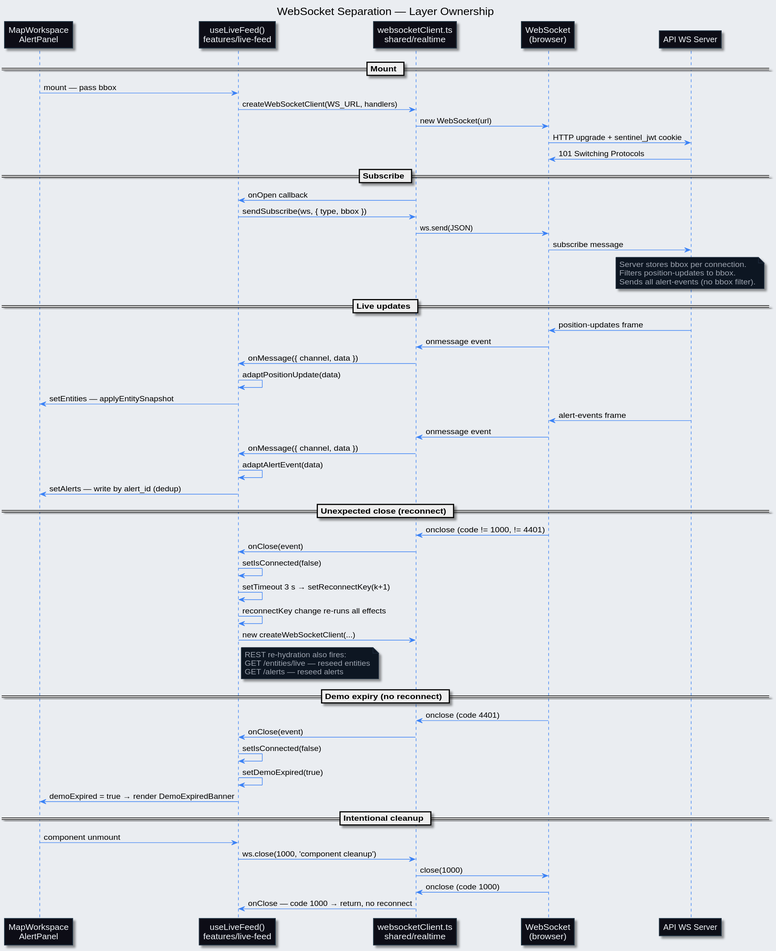
This is diagrams/docs/implementation/phase-03-signal-loss-alert-delivery/concepts/dashboard/ws-separation-flow.svg from Buffden/sentinel, a PlantUML export, as it was before one commit.
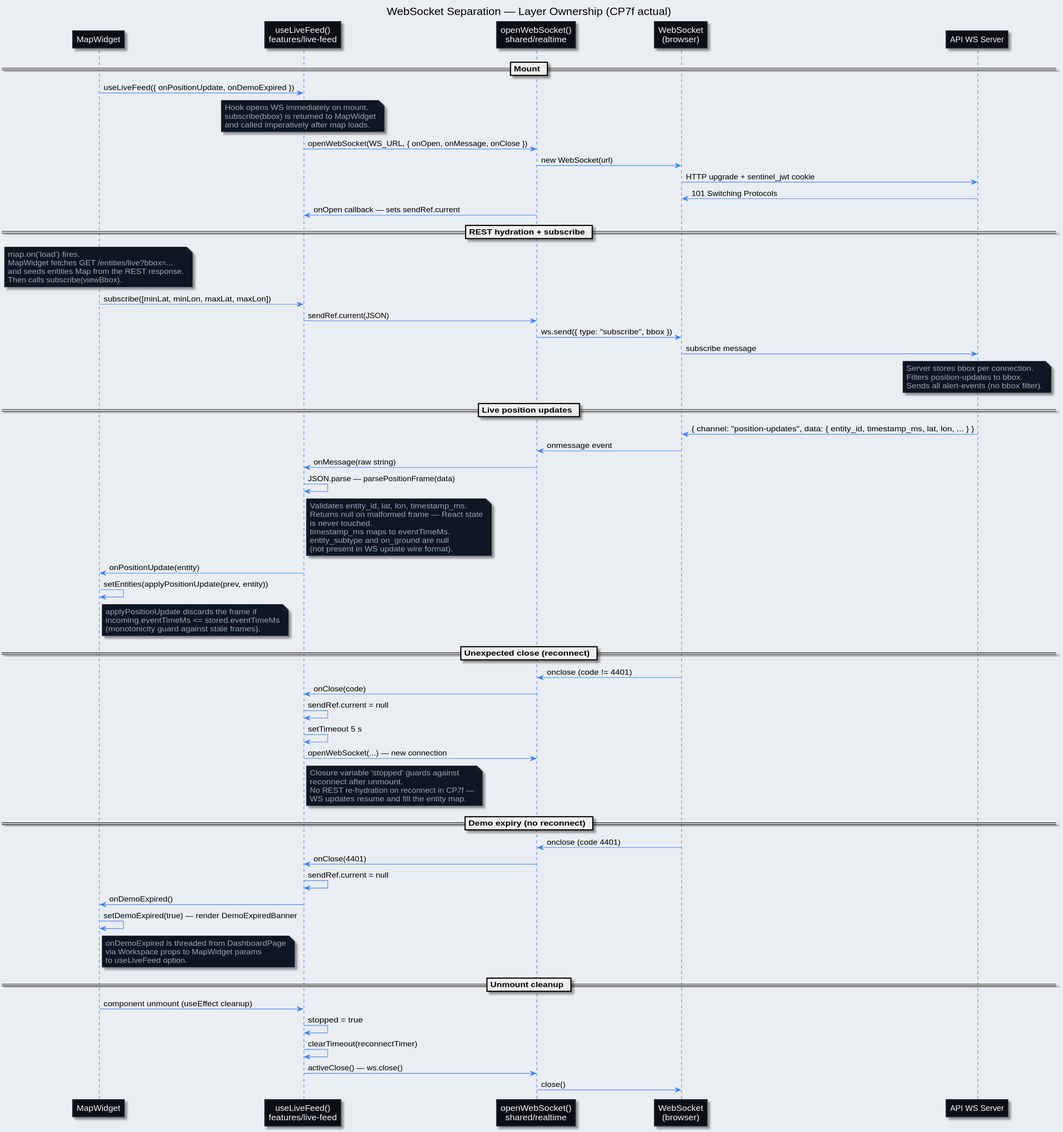
Later version of the same file.

Commit message:
chore: auto-export diagrams [skip ci]

The edit, as a diff of the source:
```diff
@@ -1,5 +1,5 @@
 @startuml ws-separation-flow
-title WebSocket Separation — Layer Ownership
+title WebSocket Separation — Layer Ownership (CP7f actual)
 
 skinparam backgroundColor #eaedf1
 skinparam sequenceArrowColor #3b82f6
@@ -11,25 +11,37 @@
 skinparam noteBackgroundColor #0f1623
 skinparam noteFontColor #9ca3af
 
-participant "MapWorkspace\nAlertPanel" as UI
+participant "MapWidget" as UI
 participant "useLiveFeed()\nfeatures/live-feed" as Hook
-participant "websocketClient.ts\nshared/realtime" as Client
+participant "openWebSocket()\nshared/realtime" as Client
 participant "WebSocket\n(browser)" as WS
 participant "API WS Server" as API
 
 == Mount ==
 
-UI -> Hook : mount — pass bbox
-Hook -> Client : createWebSocketClient(WS_URL, handlers)
+UI -> Hook : useLiveFeed({ onPositionUpdate, onDemoExpired })
+note over Hook
+  Hook opens WS immediately on mount.
+  subscribe(bbox) is returned to MapWidget
+  and called imperatively after map loads.
+end note
+Hook -> Client : openWebSocket(WS_URL, { onOpen, onMessage, onClose })
 Client -> WS : new WebSocket(url)
 WS -> API : HTTP upgrade + sentinel_jwt cookie
 API -> WS : 101 Switching Protocols
+Client -> Hook : onOpen callback — sets sendRef.current
 
-== Subscribe ==
+== REST hydration + subscribe ==
 
-Client -> Hook : onOpen callback
-Hook -> Client : sendSubscribe(ws, { type, bbox })
-Client -> WS : ws.send(JSON)
+note over UI
+  map.on('load') fires.
+  MapWidget fetches GET /entities/live?bbox=...
+  and seeds entities Map from the REST response.
+  Then calls subscribe(viewBbox).
+end note
+UI -> Hook : subscribe([minLat, minLon, maxLat, maxLon])
+Hook -> Client : sendRef.current(JSON)
+Client -> WS : ws.send({ type: "subscribe", bbox })
 WS -> API : subscribe message
 
 note over API
@@ -38,48 +50,61 @@
   Sends all alert-events (no bbox filter).
 end note
 
-== Live updates ==
+== Live position updates ==
 
-API -> WS : position-updates frame
+API -> WS : { channel: "position-updates", data: { entity_id, timestamp_ms, lat, lon, ... } }
 WS -> Client : onmessage event
-Client -> Hook : onMessage({ channel, data })
-Hook -> Hook : adaptPositionUpdate(data)
-Hook -> UI : setEntities — applyEntitySnapshot
-
-API -> WS : alert-events frame
-WS -> Client : onmessage event
-Client -> Hook : onMessage({ channel, data })
-Hook -> Hook : adaptAlertEvent(data)
-Hook -> UI : setAlerts — write by alert_id (dedup)
+Client -> Hook : onMessage(raw string)
+Hook -> Hook : JSON.parse — parsePositionFrame(data)
+note right of Hook
+  Validates entity_id, lat, lon, timestamp_ms.
+  Returns null on malformed frame — React state
+  is never touched.
+  timestamp_ms maps to eventTimeMs.
+  entity_subtype and on_ground are null
+  (not present in WS update wire format).
+end note
+Hook -> UI : onPositionUpdate(entity)
+UI -> UI : setEntities(applyPositionUpdate(prev, entity))
+note right of UI
+  applyPositionUpdate discards the frame if
+  incoming.eventTimeMs <= stored.eventTimeMs
+  (monotonicity guard against stale frames).
+end note
 
 == Unexpected close (reconnect) ==
 
-WS -> Client : onclose (code != 1000, != 4401)
-Client -> Hook : onClose(event)
-Hook -> Hook : setIsConnected(false)
-Hook -> Hook : setTimeout 3 s → setReconnectKey(k+1)
-Hook -> Hook : reconnectKey change re-runs all effects
-Hook -> Client : new createWebSocketClient(...)
+WS -> Client : onclose (code != 4401)
+Client -> Hook : onClose(code)
+Hook -> Hook : sendRef.current = null
+Hook -> Hook : setTimeout 5 s
+Hook -> Client : openWebSocket(...) — new connection
 note right of Hook
-  REST re-hydration also fires:
-  GET /entities/live — reseed entities
-  GET /alerts — reseed alerts
+  Closure variable 'stopped' guards against
+  reconnect after unmount.
+  No REST re-hydration on reconnect in CP7f —
+  WS updates resume and fill the entity map.
 end note
 
 == Demo expiry (no reconnect) ==
 
 WS -> Client : onclose (code 4401)
-Client -> Hook : onClose(event)
-Hook -> Hook : setIsConnected(false)
-Hook -> Hook : setDemoExpired(true)
-Hook -> UI : demoExpired = true → render DemoExpiredBanner
+Client -> Hook : onClose(4401)
+Hook -> Hook : sendRef.current = null
+Hook -> UI : onDemoExpired()
+UI -> UI : setDemoExpired(true) — render DemoExpiredBanner
+note right of UI
+  onDemoExpired is threaded from DashboardPage
+  via Workspace props to MapWidget params
+  to useLiveFeed option.
+end note
 
-== Intentional cleanup ==
+== Unmount cleanup ==
 
-UI -> Hook : component unmount
-Hook -> Client : ws.close(1000, 'component cleanup')
-Client -> WS : close(1000)
-WS -> Client : onclose (code 1000)
-Client -> Hook : onClose — code 1000 → return, no reconnect
+UI -> Hook : component unmount (useEffect cleanup)
+Hook -> Hook : stopped = true
+Hook -> Hook : clearTimeout(reconnectTimer)
+Hook -> Client : activeClose() — ws.close()
+Client -> WS : close()
 
 @enduml
```
